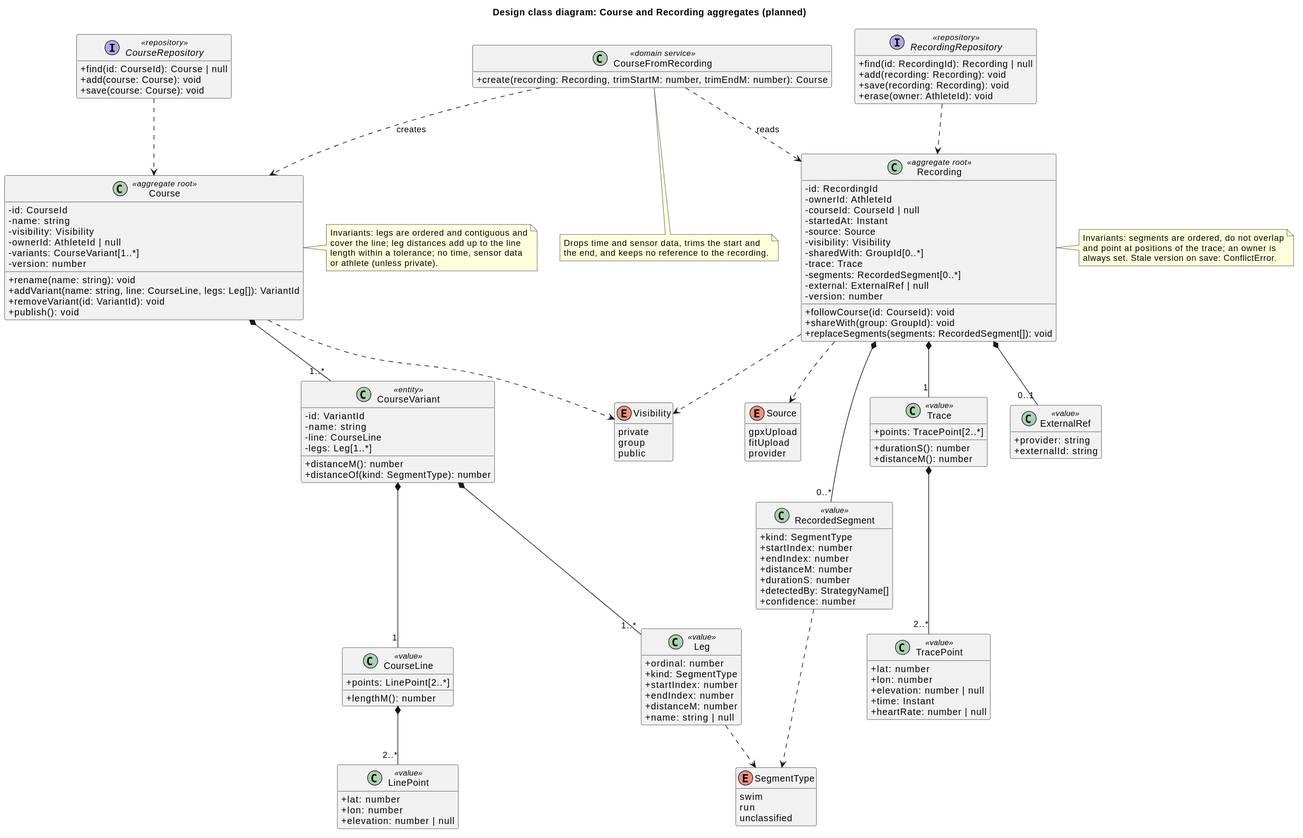
swimrun/tigerlegs keeps this PlantUML diagram as docs/diagrams/dcd-course-recording.svg. Above is the earlier version. Source of this version:
```plantuml
@startuml
title Design class diagram: Course and Recording aggregates (planned)
skinparam classAttributeIconSize 0
hide empty members

class Course <<aggregate root>> {
  -id: CourseId
  -name: string
  -visibility: Visibility
  -ownerId: AthleteId | null
  -variants: CourseVariant[1..*]
  -version: number
  +rename(name: string): void
  +addVariant(name: string, line: CourseLine, legs: Leg[]): VariantId
  +removeVariant(id: VariantId): void
  +publish(): void
}
class CourseVariant <<entity>> {
  -id: VariantId
  -name: string
  -line: CourseLine
  -legs: Leg[1..*]
  +distanceM(): number
  +distanceOf(kind: SegmentType): number
}
class CourseLine <<value>> {
  +points: LinePoint[2..*]
  +lengthM(): number
}
class LinePoint <<value>> {
  +lat: number
  +lon: number
  +elevation: number | null
}
class Leg <<value>> {
  +ordinal: number
  +kind: SegmentType
  +startIndex: number
  +endIndex: number
  +distanceM: number
  +name: string | null
}

class Recording <<aggregate root>> {
  -id: RecordingId
  -ownerId: AthleteId
  -courseId: CourseId | null
  -startedAt: Instant
  -source: Source
  -visibility: Visibility
  -sharedWith: GroupId[0..*]
  -trace: Trace
  -segments: RecordedSegment[0..*]
  -external: ExternalRef | null
  -version: number
  +followCourse(id: CourseId): void
  +shareWith(group: GroupId): void
  +replaceSegments(segments: RecordedSegment[]): void
}
class Trace <<value>> {
  +points: TracePoint[2..*]
  +durationS(): number
  +distanceM(): number
}
class TracePoint <<value>> {
  +lat: number
  +lon: number
  +elevation: number | null
  +time: Instant
  +heartRate: number | null
}
class RecordedSegment <<value>> {
  +kind: SegmentType
  +startIndex: number
  +endIndex: number
  +distanceM: number
  +durationS: number
  +detectedBy: StrategyName[]
  +confidence: number
}
class ExternalRef <<value>> {
  +provider: string
  +externalId: string
}

enum SegmentType {
  swim
  run
  unclassified
}
enum Visibility {
  private
  group
  public
}
enum Source {
  gpxUpload
  fitUpload
  provider
}

interface CourseRepository <<repository>> {
  +find(id: CourseId): Course | null
  +add(course: Course): void
  +save(course: Course): void
}
interface RecordingRepository <<repository>> {
  +find(id: RecordingId): Recording | null
  +add(recording: Recording): void
  +save(recording: Recording): void
  +erase(owner: AthleteId): void
}
class CourseFromRecording <<domain service>> {
  +create(recording: Recording, trimStartM: number, trimEndM: number): Course
}

Course *-- "1..*" CourseVariant
CourseVariant *-- "1" CourseLine
CourseLine *-- "2..*" LinePoint
CourseVariant *-- "1..*" Leg
Leg ..> SegmentType

Recording *-- "1" Trace
Trace *-- "2..*" TracePoint
Recording *-- "0..*" RecordedSegment
Recording *-- "0..1" ExternalRef
RecordedSegment ..> SegmentType
Recording ..> Visibility
Recording ..> Source
Course ..> Visibility

CourseRepository ..> Course
RecordingRepository ..> Recording
CourseFromRecording ..> Recording : reads
CourseFromRecording ..> Course : creates

note right of Course
  Invariants: legs are ordered and contiguous and
  cover the line; leg distances add up to the line
  length within a tolerance; no time, sensor data
  or athlete (unless private).
end note
note right of Recording
  Invariants: segments are ordered, do not overlap
  and point at positions of the trace; an owner is
  always set. Stale version on save: ConflictError.
end note
note bottom of CourseFromRecording
  Drops time and sensor data, trims the start and
  the end, and keeps no reference to the recording.
end note
@enduml
```
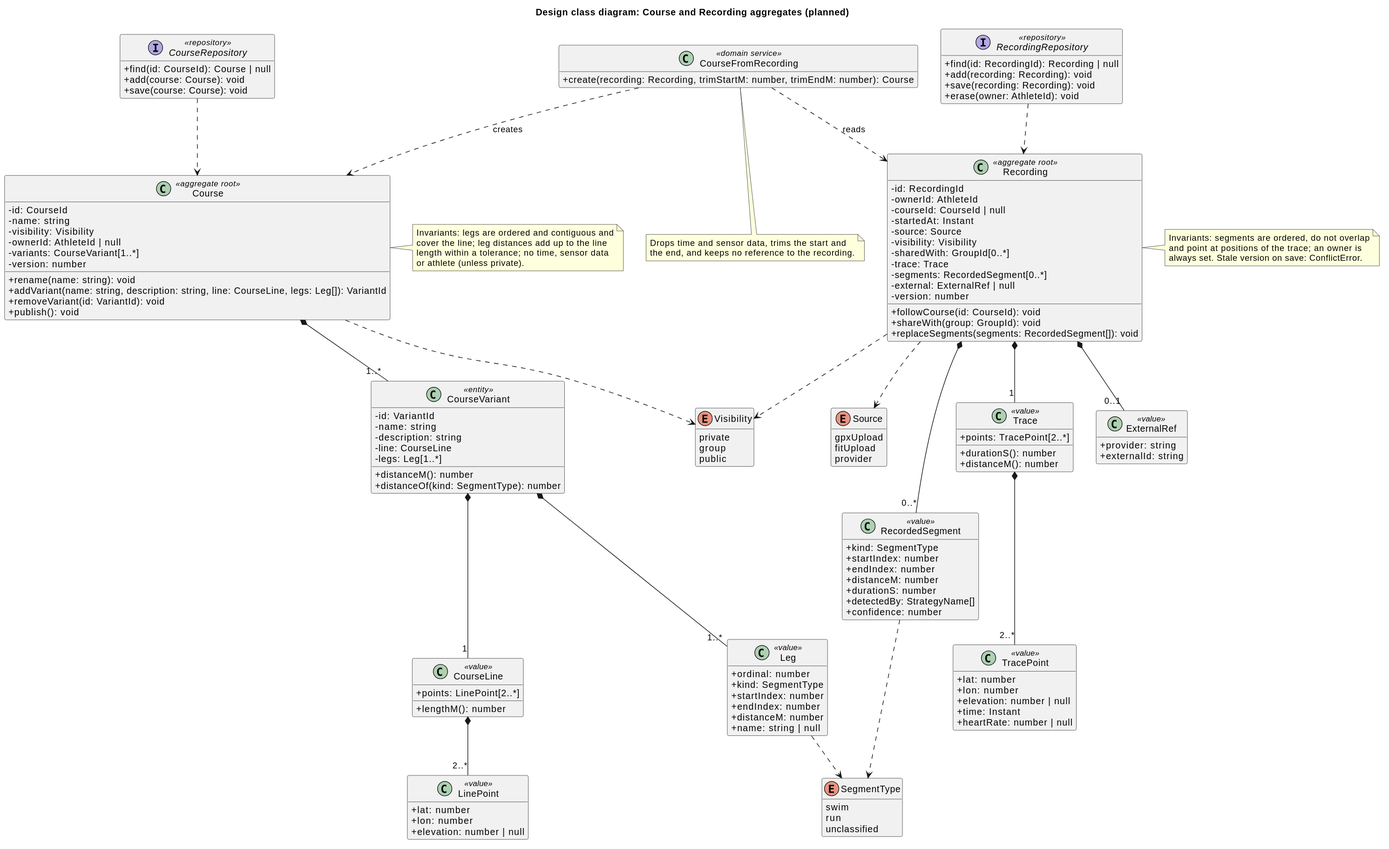
The same diagram one commit later.

Commit message:
List course variants with descriptions in the extractor, for Rhederlaag and Het Rondje Eilanden (#72)

Change to the diagram source:
```diff
@@ -11,13 +11,14 @@
   -variants: CourseVariant[1..*]
   -version: number
   +rename(name: string): void
-  +addVariant(name: string, line: CourseLine, legs: Leg[]): VariantId
+  +addVariant(name: string, description: string, line: CourseLine, legs: Leg[]): VariantId
   +removeVariant(id: VariantId): void
   +publish(): void
 }
 class CourseVariant <<entity>> {
   -id: VariantId
   -name: string
+  -description: string
   -line: CourseLine
   -legs: Leg[1..*]
   +distanceM(): number
```
